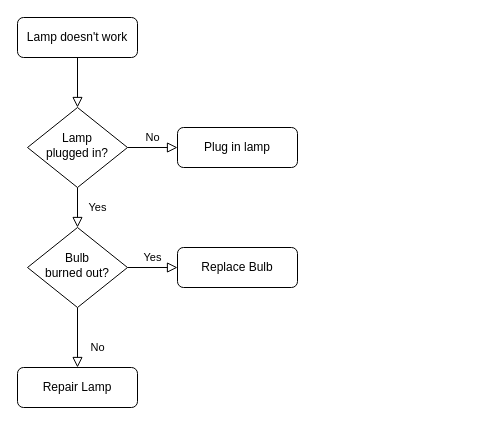
Above: page "Page-1" (1 of 5) of Untitled Diagram.drawio in marguello86/Equipo1_MINSA (draw.io), before the change. Source tidied: cells renumbered, new cells numbered last; positions are measured from the earlier drawing's top-left corner, leaving out a move shared by most shapes. Both pictures are drawn from the tidied source at 100%, with x=0, y=0 at pixel (17, 17).
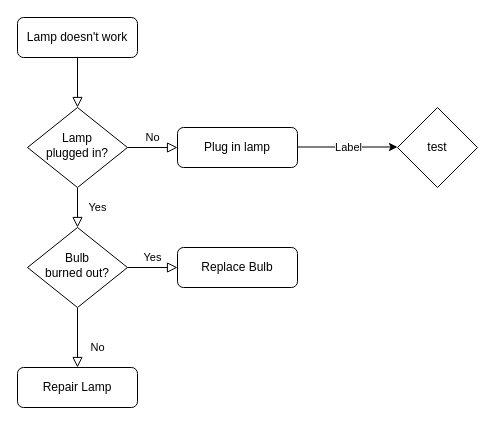
The same diagram, later.

What changed in the source:
```diff
@@
 <mxGraphModel>
   <root>
     <mxCell id="0" />
     <mxCell id="1" parent="0" />
     <mxCell id="2" style="rounded=0;html=1;jettySize=auto;fontSize=11;endArrow=block;endFill=0;endSize=8;strokeWidth=1;shadow=0;labelBackgroundColor=none;edgeStyle=orthogonalEdgeStyle;" parent="1" edge="1" source="3" target="6">
       <mxGeometry relative="1" as="geometry" />
     </mxCell>
     <mxCell id="3" value="Lamp doesn't work" style="rounded=1;whiteSpace=wrap;html=1;fontSize=12;glass=0;strokeWidth=1;shadow=0;" parent="1" vertex="1">
       <mxGeometry width="120" height="40" as="geometry" />
     </mxCell>
     <mxCell id="4" value="Yes" style="rounded=0;html=1;jettySize=auto;fontSize=11;endArrow=block;endFill=0;endSize=8;strokeWidth=1;shadow=0;labelBackgroundColor=none;edgeStyle=orthogonalEdgeStyle;" parent="1" edge="1" source="6" target="10">
       <mxGeometry y="20" relative="1" as="geometry" />
     </mxCell>
     <mxCell id="5" value="No" style="edgeStyle=orthogonalEdgeStyle;rounded=0;html=1;jettySize=auto;fontSize=11;endArrow=block;endFill=0;endSize=8;strokeWidth=1;shadow=0;labelBackgroundColor=none;" parent="1" edge="1" source="6" target="7">
       <mxGeometry y="10" relative="1" as="geometry" />
     </mxCell>
     <mxCell id="6" value="Lamp&lt;br&gt;plugged in?" style="rhombus;whiteSpace=wrap;html=1;shadow=0;fontFamily=Helvetica;fontSize=12;align=center;strokeWidth=1;spacing=6;spacingTop=-4;" parent="1" vertex="1">
       <mxGeometry x="10" y="90" width="100" height="80" as="geometry" />
     </mxCell>
     <mxCell id="7" value="Plug in lamp" style="rounded=1;whiteSpace=wrap;html=1;fontSize=12;glass=0;strokeWidth=1;shadow=0;" parent="1" vertex="1">
       <mxGeometry x="160" y="110" width="120" height="40" as="geometry" />
     </mxCell>
     <mxCell id="8" value="No" style="rounded=0;html=1;jettySize=auto;fontSize=11;endArrow=block;endFill=0;endSize=8;strokeWidth=1;shadow=0;labelBackgroundColor=none;edgeStyle=orthogonalEdgeStyle;" parent="1" edge="1" source="10" target="11">
       <mxGeometry x="0.33" y="20" relative="1" as="geometry" />
     </mxCell>
     <mxCell id="9" value="Yes" style="edgeStyle=orthogonalEdgeStyle;rounded=0;html=1;jettySize=auto;fontSize=11;endArrow=block;endFill=0;endSize=8;strokeWidth=1;shadow=0;labelBackgroundColor=none;" parent="1" edge="1" source="10" target="12">
       <mxGeometry y="10" relative="1" as="geometry" />
     </mxCell>
     <mxCell id="10" value="Bulb&lt;br&gt;burned out?" style="rhombus;whiteSpace=wrap;html=1;shadow=0;fontFamily=Helvetica;fontSize=12;align=center;strokeWidth=1;spacing=6;spacingTop=-4;" parent="1" vertex="1">
       <mxGeometry x="10" y="210" width="100" height="80" as="geometry" />
     </mxCell>
     <mxCell id="11" value="Repair Lamp" style="rounded=1;whiteSpace=wrap;html=1;fontSize=12;glass=0;strokeWidth=1;shadow=0;" parent="1" vertex="1">
       <mxGeometry y="350" width="120" height="40" as="geometry" />
     </mxCell>
     <mxCell id="12" value="Replace Bulb" style="rounded=1;whiteSpace=wrap;html=1;fontSize=12;glass=0;strokeWidth=1;shadow=0;" parent="1" vertex="1">
       <mxGeometry x="160" y="230" width="120" height="40" as="geometry" />
     </mxCell>
+    <mxCell id="13" value="test" style="rhombus;whiteSpace=wrap;html=1;" parent="1" vertex="1">
+      <mxGeometry x="380" y="90" width="80" height="80" as="geometry" />
+    </mxCell>
+    <mxCell id="14" style="endArrow=classic;html=1;rounded=0;" parent="1" edge="1">
+      <mxGeometry relative="1" as="geometry">
+        <mxPoint x="280" y="129.5" as="sourcePoint" />
+        <mxPoint x="380" y="129.5" as="targetPoint" />
+      </mxGeometry>
+    </mxCell>
+    <mxCell id="15" value="Label" style="edgeLabel;html=1;align=center;verticalAlign=middle;" parent="14" vertex="1">
+      <mxGeometry relative="1" as="geometry" />
+    </mxCell>
   </root>
 </mxGraphModel>
```
